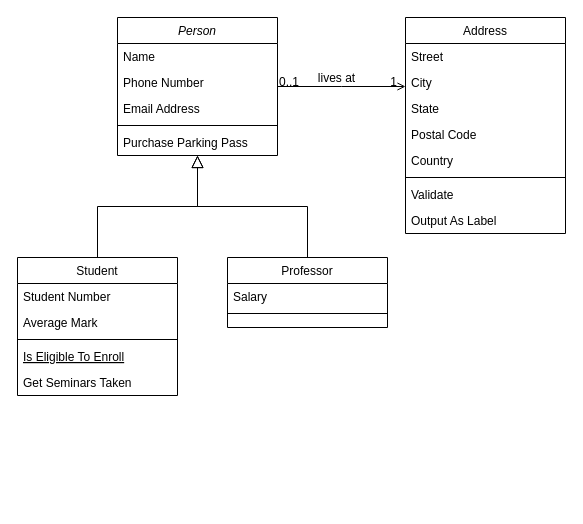
Earlier version of the draw.io diagram test2.drawio (derek2060/drawio). Source tidied: cells renumbered, new cells numbered last; positions are measured from the earlier drawing's top-left corner, leaving out a move shared by most shapes. Both pictures are drawn from the tidied source at 100%, with x=0, y=0 at pixel (17, 17).
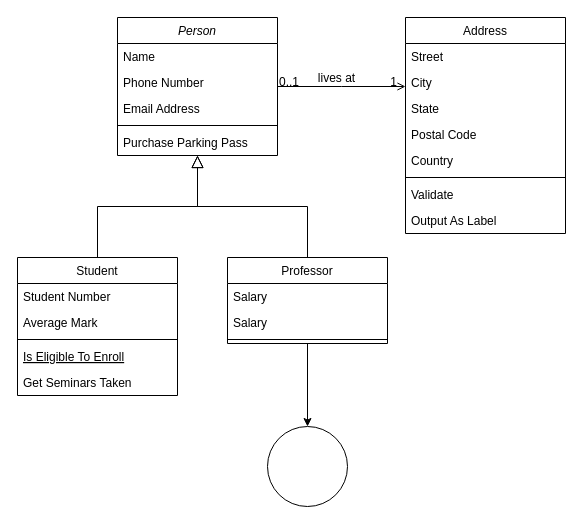
Above is the later version.

Diff of the diagram source:
```diff
@@
+    <mxCell id="32" style="edgeStyle=orthogonalEdgeStyle;rounded=0;jettySize=auto;html=1;" parent="1" edge="1" source="15" target="34">
+      <mxGeometry relative="1" as="geometry" />
+    </mxCell>
     <mxCell id="15" value="Professor" style="swimlane;fontStyle=0;align=center;verticalAlign=top;horizontal=1;startSize=26;rounded=0;shadow=0;strokeWidth=1;" parent="1" vertex="1">
-      <mxGeometry x="210" y="240" width="160" height="70" as="geometry" />
+      <mxGeometry x="210" y="240" width="160" height="86" as="geometry" />
     </mxCell>
@@
+    <mxCell id="33" value="Salary" style="text;align=left;verticalAlign=top;spacingLeft=4;spacingRight=4;overflow=hidden;" parent="15" vertex="1">
+      <mxGeometry y="52" width="160" height="26" as="geometry" />
+    </mxCell>
     <mxCell id="17" style="line;html=1;strokeWidth=1;align=left;verticalAlign=middle;spacingTop=-1;spacingLeft=3;spacingRight=3;labelPosition=right;" parent="15" vertex="1">
-      <mxGeometry y="52" width="160" height="8" as="geometry" />
+      <mxGeometry y="78" width="160" height="8" as="geometry" />
     </mxCell>
@@
+    <mxCell id="34" style="ellipse;whiteSpace=wrap;html=1;verticalAlign=top;fontStyle=0;startSize=26;rounded=0;shadow=0;strokeWidth=1;" parent="1" vertex="1">
+      <mxGeometry x="250" y="409" width="80" height="80" as="geometry" />
+    </mxCell>
```
